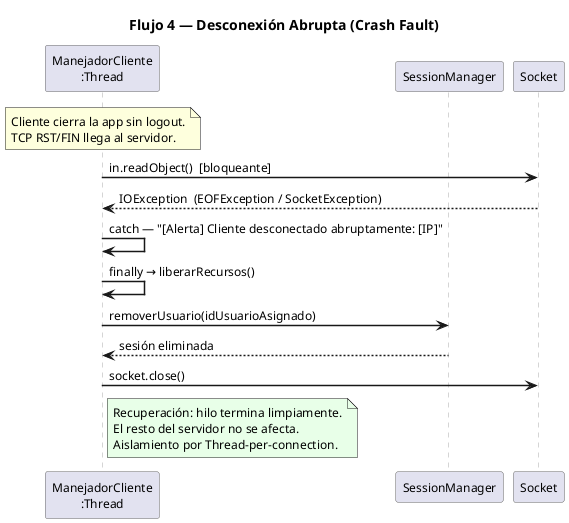
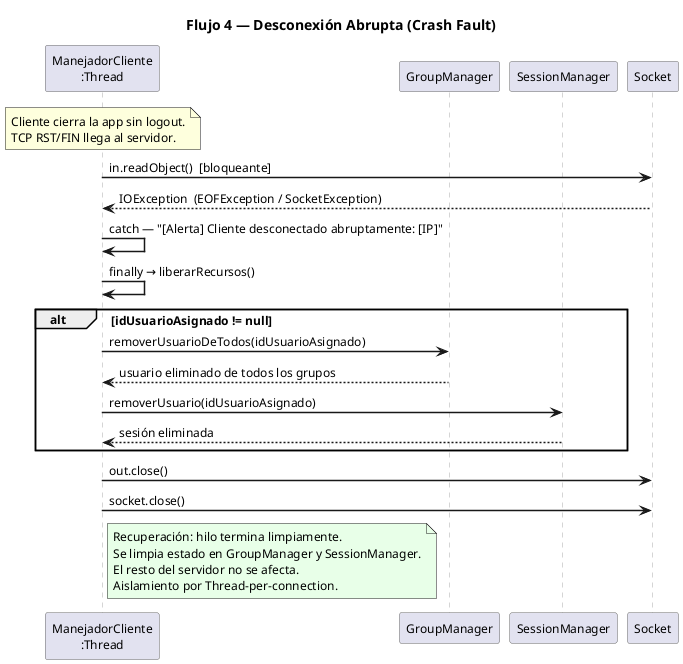
@startuml seq_crash
title Flujo 4 — Desconexión Abrupta (Crash Fault)

skinparam sequenceArrowThickness 1.5
skinparam sequenceParticipantBorderColor #666666
skinparam sequenceLifeLineBorderColor #AAAAAA
skinparam defaultFontSize 12
skinparam shadowing false

participant "ManejadorCliente\n:Thread" as MC
+ participant "GroupManager"             as GM
participant "SessionManager"           as SM
participant "Socket"                   as SOC

note over MC : Cliente cierra la app sin logout.\nTCP RST/FIN llega al servidor.

MC  ->  SOC : in.readObject()  [bloqueante]
SOC --> MC  : IOException  (EOFException / SocketException)

MC  ->  MC  : catch — "[Alerta] Cliente desconectado abruptamente: [IP]"
MC  ->  MC  : finally → liberarRecursos()
- MC  ->  SM  : removerUsuario(idUsuarioAsignado)
- SM  --> MC  : sesión eliminada
+ 
+ alt idUsuarioAsignado != null
+     MC  ->  GM  : removerUsuarioDeTodos(idUsuarioAsignado)
+     GM  --> MC  : usuario eliminado de todos los grupos
+     MC  ->  SM  : removerUsuario(idUsuarioAsignado)
+     SM  --> MC  : sesión eliminada
+ end
+ 
+ MC  ->  SOC : out.close()
MC  ->  SOC : socket.close()

note right of MC #E8FFE8
  Recuperación: hilo termina limpiamente.
+   Se limpia estado en GroupManager y SessionManager.
  El resto del servidor no se afecta.
  Aislamiento por Thread-per-connection.
end note

@enduml
